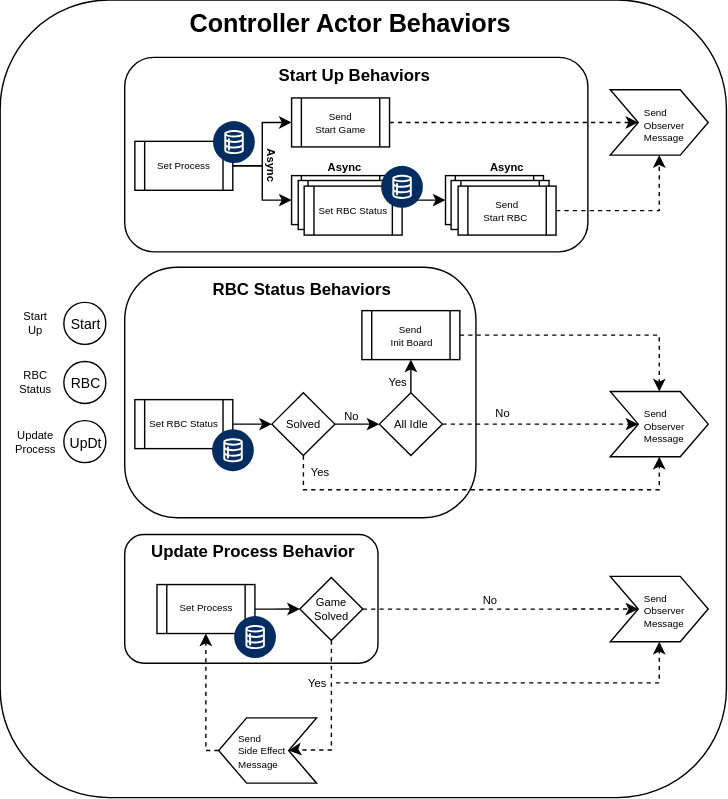
Before: docs/ControllerActor.svg, a diagram exported from draw.io (sunlao/py_sudoku_solver). Source tidied: cells renumbered, new cells last; positions are measured from the earlier drawing's top-left corner, leaving out a move shared by most shapes.
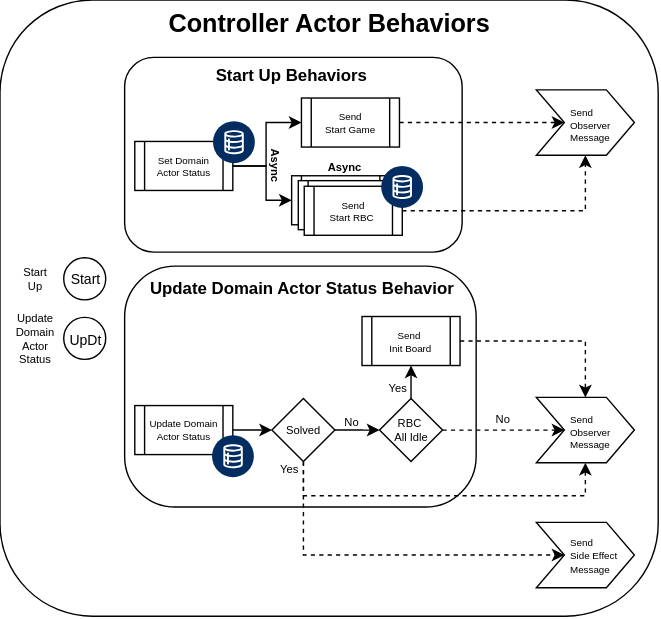
After the change.

Diff of the diagram source:
```diff
@@ -3,40 +3,50 @@
     <mxCell id="0" />
     <mxCell id="1" parent="0" />
     <mxCell id="2" style="rounded=1;whiteSpace=wrap;html=1;" parent="1" vertex="1">
-      <mxGeometry width="519" height="570" as="geometry" />
+      <mxGeometry width="470" height="440" as="geometry" />
     </mxCell>
     <mxCell id="3" style="rounded=1;whiteSpace=wrap;html=1;" parent="1" vertex="1">
-      <mxGeometry x="89" y="41" width="331" height="139" as="geometry" />
+      <mxGeometry x="89" y="41" width="241" height="139" as="geometry" />
     </mxCell>
     <mxCell id="4" value="UpDt" style="ellipse;whiteSpace=wrap;html=1;fontSize=10;" parent="1" vertex="1">
-      <mxGeometry x="45.5" y="300.6" width="30" height="30" as="geometry" />
+      <mxGeometry x="45.5" y="226.6" width="30" height="30" as="geometry" />
     </mxCell>
-    <mxCell id="5" value="&lt;div&gt;Update&lt;/div&gt;&lt;div&gt;Process&lt;/div&gt;" style="text;html=1;whiteSpace=wrap;strokeColor=none;fillColor=none;align=center;verticalAlign=middle;rounded=0;fontSize=8;" parent="1" vertex="1">
-      <mxGeometry x="10" y="300.6" width="30" height="30" as="geometry" />
+    <mxCell id="5" value="&lt;div&gt;Update&lt;/div&gt;&lt;div&gt;Domain Actor Status&lt;/div&gt;" style="text;html=1;whiteSpace=wrap;strokeColor=none;fillColor=none;align=center;verticalAlign=middle;rounded=0;fontSize=8;" parent="1" vertex="1">
+      <mxGeometry x="10" y="226.6" width="30" height="30" as="geometry" />
     </mxCell>
-    <mxCell id="6" style="edgeStyle=orthogonalEdgeStyle;rounded=0;jettySize=auto;html=1;dashed=1;entryX=0.5;entryY=1;entryDx=0;entryDy=0;" parent="1" edge="1" source="53" target="45">
+    <mxCell id="6" style="edgeStyle=orthogonalEdgeStyle;rounded=0;jettySize=auto;html=1;dashed=1;entryX=0.5;entryY=1;entryDx=0;entryDy=0;" parent="1" edge="1" source="50" target="45">
       <mxGeometry relative="1" as="geometry" />
     </mxCell>
     <mxCell id="7" style="edgeStyle=orthogonalEdgeStyle;rounded=0;jettySize=auto;html=1;entryX=0;entryY=0.5;entryDx=0;entryDy=0;" parent="1" edge="1" source="9" target="37">
-      <mxGeometry relative="1" as="geometry" />
+      <mxGeometry relative="1" as="geometry">
+        <Array as="points">
+          <mxPoint x="190" y="119" />
+          <mxPoint x="190" y="88" />
+        </Array>
+      </mxGeometry>
     </mxCell>
     <mxCell id="8" style="edgeStyle=orthogonalEdgeStyle;rounded=0;jettySize=auto;html=1;entryX=0;entryY=0.5;entryDx=0;entryDy=0;" parent="1" edge="1" source="9" target="48">
-      <mxGeometry relative="1" as="geometry" />
+      <mxGeometry relative="1" as="geometry">
+        <Array as="points">
+          <mxPoint x="190" y="119" />
+          <mxPoint x="190" y="143" />
+        </Array>
+      </mxGeometry>
     </mxCell>
-    <mxCell id="9" value="Set Process" style="shape=process;whiteSpace=wrap;html=1;backgroundOutline=1;fontSize=7;" parent="1" vertex="1">
+    <mxCell id="9" value="Set Domain Actor Status" style="shape=process;whiteSpace=wrap;html=1;backgroundOutline=1;fontSize=7;" parent="1" vertex="1">
       <mxGeometry x="96.2" y="101" width="70" height="35" as="geometry" />
     </mxCell>
     <mxCell id="10" style="verticalLabelPosition=bottom;html=1;shape=mxgraph.salesforce.data2;fillColorStyles=fillColor2,fillColor3;fillColor2=#032d60;fillColor3=#ffffff;fillColor=none;strokeColor=none;" parent="1" vertex="1">
       <mxGeometry x="152.1" y="86.5" width="30" height="30" as="geometry" />
     </mxCell>
     <mxCell id="11" value="Start Up Behaviors" style="text;html=1;whiteSpace=wrap;strokeColor=none;fillColor=none;align=center;verticalAlign=middle;rounded=0;fontStyle=1;" parent="1" vertex="1">
-      <mxGeometry x="85.8" y="39" width="334.2" height="30" as="geometry" />
+      <mxGeometry x="85.8" y="39" width="244.2" height="30" as="geometry" />
     </mxCell>
     <mxCell id="12" style="rounded=1;whiteSpace=wrap;html=1;arcSize=21;" parent="1" vertex="1">
-      <mxGeometry x="89" y="191" width="251" height="179" as="geometry" />
+      <mxGeometry x="89" y="190" width="251" height="172" as="geometry" />
     </mxCell>
-    <mxCell id="13" value="RBC Status Behaviors" style="text;html=1;whiteSpace=wrap;strokeColor=none;fillColor=none;align=center;verticalAlign=middle;rounded=0;fontStyle=1;" parent="1" vertex="1">
-      <mxGeometry x="91" y="192" width="249" height="30" as="geometry" />
+    <mxCell id="13" value="Update Domain Actor&amp;nbsp;&lt;span style=&quot;background-color: transparent; color: light-dark(rgb(0, 0, 0), rgb(255, 255, 255));&quot;&gt;Status Behavior&lt;/span&gt;" style="text;html=1;whiteSpace=wrap;strokeColor=none;fillColor=none;align=center;verticalAlign=middle;rounded=0;fontStyle=1;" parent="1" vertex="1">
+      <mxGeometry x="91" y="191" width="249" height="30" as="geometry" />
     </mxCell>
     <mxCell id="14" style="edgeStyle=orthogonalEdgeStyle;rounded=0;jettySize=auto;html=1;entryX=0;entryY=0.5;entryDx=0;entryDy=0;dashed=1;" parent="1" edge="1" source="16" target="44">
       <mxGeometry relative="1" as="geometry" />
@@ -44,41 +54,35 @@
     <mxCell id="15" style="edgeStyle=orthogonalEdgeStyle;rounded=0;jettySize=auto;html=1;entryX=0.5;entryY=1;entryDx=0;entryDy=0;" parent="1" edge="1" source="16" target="23">
       <mxGeometry relative="1" as="geometry" />
     </mxCell>
-    <mxCell id="16" value="All Idle" style="rhombus;whiteSpace=wrap;html=1;fontSize=8;" parent="1" vertex="1">
-      <mxGeometry x="271" y="280.6" width="45" height="45" as="geometry" />
+    <mxCell id="16" value="RBC&amp;nbsp;&lt;div&gt;All Idle&lt;/div&gt;" style="rhombus;whiteSpace=wrap;html=1;fontSize=8;" parent="1" vertex="1">
+      <mxGeometry x="271" y="284.6" width="45" height="45" as="geometry" />
     </mxCell>
     <mxCell id="17" value="Yes" style="text;html=1;whiteSpace=wrap;strokeColor=none;fillColor=none;align=center;verticalAlign=middle;rounded=0;fontSize=8;" parent="1" vertex="1">
-      <mxGeometry x="274.1" y="267.1" width="20" height="12.5" as="geometry" />
+      <mxGeometry x="274.1" y="271.1" width="20" height="12.5" as="geometry" />
     </mxCell>
     <mxCell id="18" style="edgeStyle=orthogonalEdgeStyle;rounded=0;jettySize=auto;html=1;entryX=0;entryY=0.5;entryDx=0;entryDy=0;" parent="1" edge="1" source="19" target="31">
       <mxGeometry relative="1" as="geometry" />
     </mxCell>
-    <mxCell id="19" value="Set RBC Status" style="shape=process;whiteSpace=wrap;html=1;backgroundOutline=1;fontSize=7;" parent="1" vertex="1">
-      <mxGeometry x="96.2" y="285.6" width="70" height="35" as="geometry" />
+    <mxCell id="19" value="Update Domain Actor Status" style="shape=process;whiteSpace=wrap;html=1;backgroundOutline=1;fontSize=7;" parent="1" vertex="1">
+      <mxGeometry x="96.2" y="289.6" width="70" height="35" as="geometry" />
     </mxCell>
     <mxCell id="20" style="verticalLabelPosition=bottom;html=1;shape=mxgraph.salesforce.data2;fillColorStyles=fillColor2,fillColor3;fillColor2=#032d60;fillColor3=#ffffff;fillColor=none;strokeColor=none;" parent="1" vertex="1">
-      <mxGeometry x="151.4" y="306.8" width="30" height="30" as="geometry" />
+      <mxGeometry x="151.4" y="310.8" width="30" height="30" as="geometry" />
     </mxCell>
     <mxCell id="21" value="No" style="text;html=1;whiteSpace=wrap;strokeColor=none;fillColor=none;align=center;verticalAlign=middle;rounded=0;fontSize=8;" parent="1" vertex="1">
-      <mxGeometry x="349.2" y="288.2" width="20" height="12.5" as="geometry" />
+      <mxGeometry x="349.2" y="292.2" width="20" height="12.5" as="geometry" />
     </mxCell>
     <mxCell id="22" style="edgeStyle=orthogonalEdgeStyle;rounded=0;jettySize=auto;html=1;entryX=0.5;entryY=0;entryDx=0;entryDy=0;dashed=1;" parent="1" edge="1" source="23" target="44">
       <mxGeometry relative="1" as="geometry" />
     </mxCell>
     <mxCell id="23" value="Send&amp;nbsp;&lt;div&gt;Init Board&lt;/div&gt;" style="shape=process;whiteSpace=wrap;html=1;backgroundOutline=1;fontSize=7;" parent="1" vertex="1">
-      <mxGeometry x="258.5" y="222" width="70" height="35" as="geometry" />
+      <mxGeometry x="258.5" y="226" width="70" height="35" as="geometry" />
     </mxCell>
-    <mxCell id="24" value="RBC" style="ellipse;whiteSpace=wrap;html=1;fontSize=10;" parent="1" vertex="1">
-      <mxGeometry x="45.5" y="258.4" width="30" height="30" as="geometry" />
-    </mxCell>
-    <mxCell id="25" value="RBC Status" style="text;html=1;whiteSpace=wrap;strokeColor=none;fillColor=none;align=center;verticalAlign=middle;rounded=0;fontSize=8;" parent="1" vertex="1">
-      <mxGeometry x="10" y="258.4" width="30" height="30" as="geometry" />
-    </mxCell>
     <mxCell id="26" value="Async" style="text;html=1;whiteSpace=wrap;strokeColor=none;fillColor=none;align=center;verticalAlign=middle;rounded=0;fontSize=8;fontStyle=1;" parent="1" vertex="1">
       <mxGeometry x="236.2" y="113" width="20" height="12.5" as="geometry" />
     </mxCell>
     <mxCell id="27" value="Controller Actor Behaviors" style="text;html=1;whiteSpace=wrap;strokeColor=none;fillColor=none;align=center;verticalAlign=middle;rounded=0;fontStyle=1;fontSize=18;" parent="1" vertex="1">
-      <mxGeometry y="3" width="500" height="27" as="geometry" />
+      <mxGeometry y="3" width="470" height="27" as="geometry" />
     </mxCell>
     <mxCell id="28" style="edgeStyle=orthogonalEdgeStyle;rounded=0;orthogonalLoop=1;jettySize=auto;html=1;" parent="1" edge="1">
       <mxGeometry relative="1" as="geometry">
@@ -91,123 +95,62 @@
     <mxCell id="30" style="edgeStyle=orthogonalEdgeStyle;rounded=0;jettySize=auto;html=1;dashed=1;entryX=0.5;entryY=1;entryDx=0;entryDy=0;" parent="1" edge="1" source="31" target="44">
       <mxGeometry relative="1" as="geometry">
         <Array as="points">
-          <mxPoint x="217" y="350" />
-          <mxPoint x="471" y="350" />
+          <mxPoint x="217" y="354" />
+          <mxPoint x="418" y="354" />
         </Array>
       </mxGeometry>
     </mxCell>
     <mxCell id="31" value="Solved" style="rhombus;whiteSpace=wrap;html=1;fontSize=8;" parent="1" vertex="1">
-      <mxGeometry x="194.2" y="280.6" width="45" height="45" as="geometry" />
+      <mxGeometry x="194.2" y="284.6" width="45" height="45" as="geometry" />
     </mxCell>
     <mxCell id="32" value="Yes" style="text;html=1;whiteSpace=wrap;strokeColor=none;fillColor=none;align=center;verticalAlign=middle;rounded=0;fontSize=8;" parent="1" vertex="1">
-      <mxGeometry x="216.2" y="331.8" width="24.9" height="10" as="geometry" />
+      <mxGeometry x="194.2" y="329.8" width="24.9" height="10" as="geometry" />
     </mxCell>
     <mxCell id="33" value="No" style="text;html=1;whiteSpace=wrap;strokeColor=none;fillColor=none;align=center;verticalAlign=middle;rounded=0;fontSize=8;" parent="1" vertex="1">
-      <mxGeometry x="241.1" y="290.8" width="20" height="12.5" as="geometry" />
+      <mxGeometry x="241.1" y="294.8" width="20" height="12.5" as="geometry" />
     </mxCell>
-    <mxCell id="34" style="rounded=1;whiteSpace=wrap;html=1;" parent="1" vertex="1">
-      <mxGeometry x="89" y="382" width="181" height="92" as="geometry" />
-    </mxCell>
-    <mxCell id="35" value="Update Process Behavior" style="text;html=1;whiteSpace=wrap;strokeColor=none;fillColor=none;align=center;verticalAlign=middle;rounded=0;fontStyle=1;" parent="1" vertex="1">
-      <mxGeometry x="91" y="379" width="179" height="30" as="geometry" />
-    </mxCell>
     <mxCell id="36" style="edgeStyle=orthogonalEdgeStyle;rounded=0;jettySize=auto;html=1;entryX=0;entryY=0.5;entryDx=0;entryDy=0;dashed=1;" parent="1" edge="1" source="37" target="45">
       <mxGeometry relative="1" as="geometry" />
     </mxCell>
     <mxCell id="37" value="Send &lt;br&gt;Start Game" style="shape=process;whiteSpace=wrap;html=1;backgroundOutline=1;fontSize=7;" parent="1" vertex="1">
-      <mxGeometry x="208.2" y="70" width="70" height="35" as="geometry" />
+      <mxGeometry x="215.2" y="70" width="70" height="35" as="geometry" />
     </mxCell>
-    <mxCell id="38" style="edgeStyle=orthogonalEdgeStyle;rounded=0;jettySize=auto;html=1;entryX=0;entryY=0.5;entryDx=0;entryDy=0;" parent="1" edge="1" source="39" target="57">
-      <mxGeometry relative="1" as="geometry" />
-    </mxCell>
-    <mxCell id="39" value="Set Process" style="shape=process;whiteSpace=wrap;html=1;backgroundOutline=1;fontSize=7;" parent="1" vertex="1">
-      <mxGeometry x="112" y="417.8" width="70" height="35" as="geometry" />
-    </mxCell>
-    <mxCell id="40" style="verticalLabelPosition=bottom;html=1;shape=mxgraph.salesforce.data2;fillColorStyles=fillColor2,fillColor3;fillColor2=#032d60;fillColor3=#ffffff;fillColor=none;strokeColor=none;" parent="1" vertex="1">
-      <mxGeometry x="167.2" y="440.2" width="30" height="30" as="geometry" />
-    </mxCell>
     <mxCell id="41" value="Start" style="ellipse;whiteSpace=wrap;html=1;fontSize=10;" parent="1" vertex="1">
-      <mxGeometry x="45.5" y="216.1" width="30" height="30" as="geometry" />
+      <mxGeometry x="45.5" y="184.1" width="30" height="30" as="geometry" />
     </mxCell>
     <mxCell id="42" value="&lt;div&gt;Start&lt;/div&gt;&lt;div&gt;Up&lt;/div&gt;" style="text;html=1;whiteSpace=wrap;strokeColor=none;fillColor=none;align=center;verticalAlign=middle;rounded=0;fontSize=8;" parent="1" vertex="1">
-      <mxGeometry x="10" y="216.1" width="30" height="30" as="geometry" />
+      <mxGeometry x="10" y="184.1" width="30" height="30" as="geometry" />
     </mxCell>
-    <mxCell id="43" value="&lt;div style=&quot;line-height: 70%; padding-left: 22px;&quot;&gt;&lt;font style=&quot;font-size: 7px; line-height: 70%;&quot;&gt;Send&amp;nbsp;&lt;/font&gt;&lt;div&gt;&lt;font style=&quot;font-size: 7px; line-height: 70%;&quot;&gt;Observer&lt;/font&gt;&lt;/div&gt;&lt;div&gt;&lt;font style=&quot;font-size: 7px; line-height: 70%;&quot;&gt;Message&lt;/font&gt;&lt;/div&gt;&lt;/div&gt;" style="shape=step;perimeter=stepPerimeter;whiteSpace=wrap;html=1;fixedSize=1;align=left;" parent="1" vertex="1">
-      <mxGeometry x="436" y="411.9" width="70" height="46.7" as="geometry" />
-    </mxCell>
     <mxCell id="44" value="&lt;div style=&quot;line-height: 70%; padding-left: 22px;&quot;&gt;&lt;font style=&quot;font-size: 7px; line-height: 70%;&quot;&gt;Send&amp;nbsp;&lt;/font&gt;&lt;div&gt;&lt;font style=&quot;font-size: 7px; line-height: 70%;&quot;&gt;Observer&lt;/font&gt;&lt;/div&gt;&lt;div&gt;&lt;font style=&quot;font-size: 7px; line-height: 70%;&quot;&gt;Message&lt;/font&gt;&lt;/div&gt;&lt;/div&gt;" style="shape=step;perimeter=stepPerimeter;whiteSpace=wrap;html=1;fixedSize=1;align=left;" parent="1" vertex="1">
-      <mxGeometry x="436" y="279.8" width="70" height="46.7" as="geometry" />
+      <mxGeometry x="383" y="283.8" width="70" height="46.7" as="geometry" />
     </mxCell>
     <mxCell id="45" value="&lt;div style=&quot;line-height: 70%; padding-left: 22px;&quot;&gt;&lt;font style=&quot;font-size: 7px; line-height: 70%;&quot;&gt;Send&amp;nbsp;&lt;/font&gt;&lt;div&gt;&lt;font style=&quot;font-size: 7px; line-height: 70%;&quot;&gt;Observer&lt;/font&gt;&lt;/div&gt;&lt;div&gt;&lt;font style=&quot;font-size: 7px; line-height: 70%;&quot;&gt;Message&lt;/font&gt;&lt;/div&gt;&lt;/div&gt;" style="shape=step;perimeter=stepPerimeter;whiteSpace=wrap;html=1;fixedSize=1;align=left;" parent="1" vertex="1">
-      <mxGeometry x="436" y="64.2" width="70" height="46.7" as="geometry" />
+      <mxGeometry x="383" y="64.2" width="70" height="46.7" as="geometry" />
     </mxCell>
-    <mxCell id="46" value="Async" style="text;html=1;whiteSpace=wrap;strokeColor=none;fillColor=none;align=center;verticalAlign=middle;rounded=0;fontSize=8;fontStyle=1;" parent="1" vertex="1">
-      <mxGeometry x="352.2" y="113" width="20" height="12.5" as="geometry" />
-    </mxCell>
-    <mxCell id="47" style="edgeStyle=orthogonalEdgeStyle;rounded=0;jettySize=auto;html=1;entryX=0;entryY=0.5;entryDx=0;entryDy=0;" parent="1" edge="1" source="48" target="51">
-      <mxGeometry relative="1" as="geometry" />
-    </mxCell>
     <mxCell id="48" style="shape=process;whiteSpace=wrap;html=1;backgroundOutline=1;fontSize=7;" parent="1" vertex="1">
       <mxGeometry x="208.2" y="125.5" width="70" height="35" as="geometry" />
     </mxCell>
     <mxCell id="49" style="shape=process;whiteSpace=wrap;html=1;backgroundOutline=1;fontSize=7;" parent="1" vertex="1">
       <mxGeometry x="213" y="129" width="70" height="35" as="geometry" />
     </mxCell>
-    <mxCell id="50" value="Set RBC Status" style="shape=process;whiteSpace=wrap;html=1;backgroundOutline=1;fontSize=7;" parent="1" vertex="1">
+    <mxCell id="50" value="Send&lt;br&gt;Start RBC&amp;nbsp;" style="shape=process;whiteSpace=wrap;html=1;backgroundOutline=1;fontSize=7;" parent="1" vertex="1">
       <mxGeometry x="217.2" y="133" width="70" height="35" as="geometry" />
     </mxCell>
-    <mxCell id="51" style="shape=process;whiteSpace=wrap;html=1;backgroundOutline=1;fontSize=7;" parent="1" vertex="1">
-      <mxGeometry x="318.2" y="125.5" width="70" height="35" as="geometry" />
-    </mxCell>
-    <mxCell id="52" style="shape=process;whiteSpace=wrap;html=1;backgroundOutline=1;fontSize=7;" parent="1" vertex="1">
-      <mxGeometry x="322.2" y="129" width="70" height="35" as="geometry" />
-    </mxCell>
-    <mxCell id="53" value="Send&lt;br&gt;Start RBC&amp;nbsp;" style="shape=process;whiteSpace=wrap;html=1;backgroundOutline=1;fontSize=7;" parent="1" vertex="1">
-      <mxGeometry x="327.2" y="133" width="70" height="35" as="geometry" />
-    </mxCell>
     <mxCell id="54" style="verticalLabelPosition=bottom;html=1;shape=mxgraph.salesforce.data2;fillColorStyles=fillColor2,fillColor3;fillColor2=#032d60;fillColor3=#ffffff;fillColor=none;strokeColor=none;" parent="1" vertex="1">
       <mxGeometry x="272.1" y="118.5" width="30" height="30" as="geometry" />
     </mxCell>
-    <mxCell id="55" style="edgeStyle=orthogonalEdgeStyle;rounded=0;jettySize=auto;html=1;dashed=1;" parent="1" edge="1" source="57" target="43">
-      <mxGeometry relative="1" as="geometry" />
-    </mxCell>
-    <mxCell id="56" style="edgeStyle=orthogonalEdgeStyle;rounded=0;jettySize=auto;html=1;entryX=0;entryY=0.5;entryDx=0;entryDy=0;dashed=1;" parent="1" edge="1" source="57" target="62">
+    <mxCell id="56" style="edgeStyle=orthogonalEdgeStyle;rounded=0;jettySize=auto;html=1;entryX=0;entryY=0.5;entryDx=0;entryDy=0;dashed=1;exitX=0.5;exitY=1;exitDx=0;exitDy=0;" parent="1" edge="1" source="31" target="62">
       <mxGeometry relative="1" as="geometry">
         <Array as="points">
-          <mxPoint x="237" y="536" />
-          <mxPoint x="209" y="536" />
+          <mxPoint x="217" y="396" />
         </Array>
       </mxGeometry>
     </mxCell>
-    <mxCell id="57" value="Game Solved" style="rhombus;whiteSpace=wrap;html=1;fontSize=8;" parent="1" vertex="1">
-      <mxGeometry x="214.2" y="412.8" width="45" height="45" as="geometry" />
-    </mxCell>
-    <mxCell id="58" value="Yes" style="text;html=1;whiteSpace=wrap;strokeColor=none;fillColor=none;align=center;verticalAlign=middle;rounded=0;fontSize=8;" parent="1" vertex="1">
-      <mxGeometry x="214.2" y="483" width="24.9" height="10" as="geometry" />
-    </mxCell>
-    <mxCell id="59" value="No" style="text;html=1;whiteSpace=wrap;strokeColor=none;fillColor=none;align=center;verticalAlign=middle;rounded=0;fontSize=8;" parent="1" vertex="1">
-      <mxGeometry x="340" y="422.8" width="20" height="12.5" as="geometry" />
-    </mxCell>
-    <mxCell id="60" style="edgeStyle=orthogonalEdgeStyle;rounded=0;jettySize=auto;html=1;entryX=0.5;entryY=1;entryDx=0;entryDy=0;dashed=1;" parent="1" edge="1" target="43">
-      <mxGeometry relative="1" as="geometry">
-        <mxPoint x="240" y="488" as="sourcePoint" />
-        <Array as="points">
-          <mxPoint x="471" y="488" />
-        </Array>
-      </mxGeometry>
-    </mxCell>
-    <mxCell id="61" style="edgeStyle=orthogonalEdgeStyle;rounded=0;jettySize=auto;html=1;dashed=1;exitX=1;exitY=0.5;exitDx=0;exitDy=0;" parent="1" edge="1" source="62" target="39">
-      <mxGeometry relative="1" as="geometry">
-        <Array as="points">
-          <mxPoint x="147" y="536" />
-        </Array>
-      </mxGeometry>
-    </mxCell>
+    <mxCell id="63" value="Async" style="text;html=1;whiteSpace=wrap;strokeColor=none;fillColor=none;align=center;verticalAlign=middle;rounded=0;fontSize=8;fontStyle=1;rotation=90;" parent="1" vertex="1">
+      <mxGeometry x="186.2" y="112" width="20" height="12.5" as="geometry" />
+    </mxCell>
-    <mxCell id="62" value="&lt;div style=&quot;line-height: 70%; padding-left: 24px;&quot;&gt;&lt;font style=&quot;font-size: 7px; line-height: 70%;&quot;&gt;Send&amp;nbsp;&lt;/font&gt;&lt;div&gt;&lt;span style=&quot;font-size: 7px; background-color: transparent; color: light-dark(rgb(0, 0, 0), rgb(255, 255, 255));&quot;&gt;Side Effect&lt;/span&gt;&lt;/div&gt;&lt;div&gt;&lt;span style=&quot;font-size: 7px; background-color: transparent; color: light-dark(rgb(0, 0, 0), rgb(255, 255, 255));&quot;&gt;Message&lt;/span&gt;&lt;/div&gt;&lt;/div&gt;" style="shape=step;perimeter=stepPerimeter;whiteSpace=wrap;html=1;fixedSize=1;align=left;rotation=0;flipH=1;legacyAnchorPoints=0;spacingRight=3;spacing=-10;" parent="1" vertex="1">
-      <mxGeometry x="156.1" y="513" width="70" height="46.7" as="geometry" />
+    <mxCell id="62" value="&lt;div style=&quot;line-height: 70%; padding-left: 22px;&quot;&gt;&lt;font style=&quot;font-size: 7px; line-height: 4.9px;&quot;&gt;Send&amp;nbsp;&lt;/font&gt;&lt;div&gt;&lt;span style=&quot;font-size: 7px; background-color: transparent; color: light-dark(rgb(0, 0, 0), rgb(255, 255, 255));&quot;&gt;Side Effect&lt;/span&gt;&lt;/div&gt;&lt;div&gt;&lt;span style=&quot;font-size: 7px; background-color: transparent; color: light-dark(rgb(0, 0, 0), rgb(255, 255, 255));&quot;&gt;Message&lt;/span&gt;&lt;/div&gt;&lt;/div&gt;" style="shape=step;perimeter=stepPerimeter;whiteSpace=wrap;html=1;fixedSize=1;align=left;" parent="1" vertex="1">
+      <mxGeometry x="383" y="373" width="70" height="46.7" as="geometry" />
     </mxCell>
-    <mxCell id="63" value="Async" style="text;html=1;whiteSpace=wrap;strokeColor=none;fillColor=none;align=center;verticalAlign=middle;rounded=0;fontSize=8;fontStyle=1;rotation=90;" parent="1" vertex="1">
-      <mxGeometry x="183.2" y="112" width="20" height="12.5" as="geometry" />
-    </mxCell>
   </root>
 </mxGraphModel>
```
